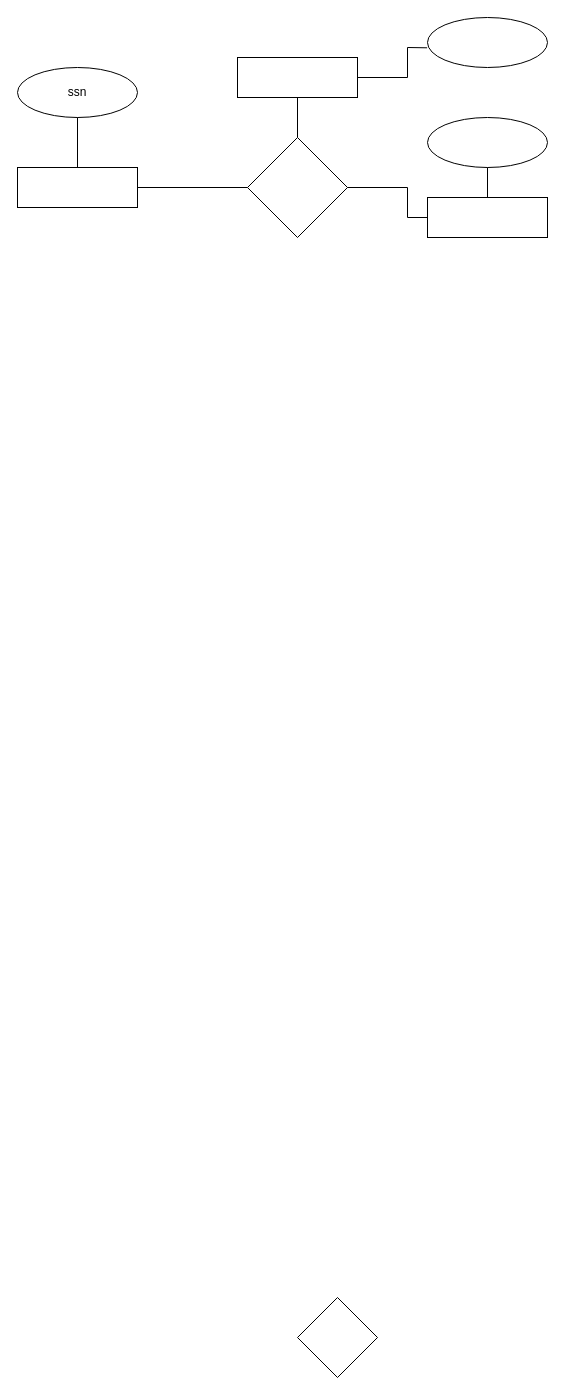
The draw.io diagram Untitled Diagram.drawio in himanshuwiz/config-files, before the edit. Source tidied: cells renumbered, new cells numbered last; positions are measured from the earlier drawing's top-left corner, leaving out a move shared by most shapes. Both pictures are drawn from the tidied source at 100%, with x=0, y=0 at pixel (17, 17).
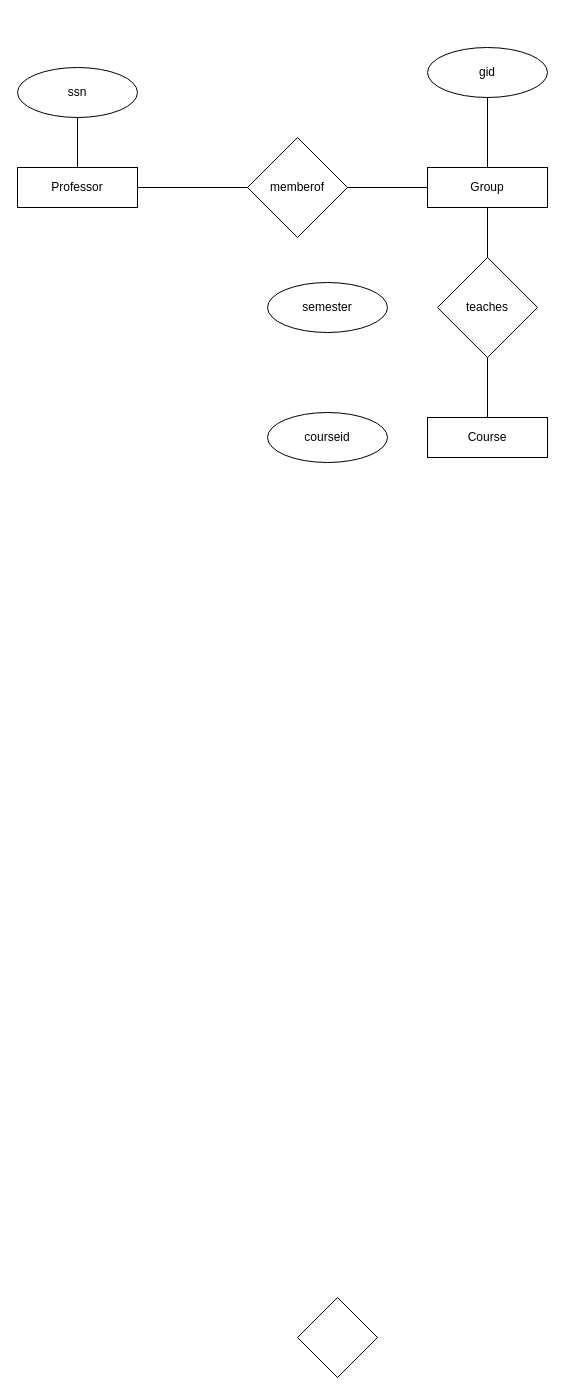
The same diagram, later.

Unchanged cells that the change refers to:
```xml
<mxCell id="5" style="rhombus;whiteSpace=wrap;html=1;" parent="1" vertex="1">
  <mxGeometry x="230" y="120" width="100" height="100" as="geometry" />
</mxCell>
```

What changed in the source:
```diff
@@
-    <mxCell id="6" style="rounded=0;whiteSpace=wrap;html=1;" parent="1" vertex="1">
-      <mxGeometry x="220" y="40" width="120" height="40" as="geometry" />
-    </mxCell>
-    <mxCell id="7" style="ellipse;whiteSpace=wrap;html=1;" parent="1" vertex="1">
-      <mxGeometry x="410" width="120" height="50" as="geometry" />
-    </mxCell>
     <mxCell id="8" style="rounded=0;whiteSpace=wrap;html=1;" parent="1" vertex="1">
-      <mxGeometry x="410" y="180" width="120" height="40" as="geometry" />
+      <mxGeometry x="410" y="150" width="120" height="40" as="geometry" />
     </mxCell>
     <mxCell id="9" style="ellipse;whiteSpace=wrap;html=1;" parent="1" vertex="1">
-      <mxGeometry x="410" y="100" width="120" height="50" as="geometry" />
+      <mxGeometry x="410" y="30" width="120" height="50" as="geometry" />
     </mxCell>
@@
-    <mxCell id="11" style="endArrow=none;html=1;rounded=0;entryX=0.5;entryY=1;entryDx=0;entryDy=0;exitX=0.5;exitY=0;exitDx=0;exitDy=0;" parent="1" edge="1" source="5" target="6">
-      <mxGeometry relative="1" as="geometry" />
-    </mxCell>
+    <mxCell id="16" style="endArrow=none;html=1;rounded=0;entryX=0.5;entryY=0;entryDx=0;entryDy=0;exitX=0.5;exitY=1;exitDx=0;exitDy=0;" parent="1" edge="1" source="9" target="8">
+      <mxGeometry relative="1" as="geometry" />
+    </mxCell>
+    <mxCell id="20" style="rhombus;whiteSpace=wrap;html=1;" parent="1" vertex="1">
+      <mxGeometry x="280" y="1280" width="80" height="80" as="geometry" />
+    </mxCell>
+    <mxCell id="21" value="Professor" style="text;strokeColor=none;align=center;fillColor=none;html=1;verticalAlign=middle;whiteSpace=wrap;rounded=0;" parent="1" vertex="1">
+      <mxGeometry x="30" y="155" width="60" height="30" as="geometry" />
+    </mxCell>
+    <mxCell id="22" value="memberof" style="text;strokeColor=none;align=center;fillColor=none;html=1;verticalAlign=middle;whiteSpace=wrap;rounded=0;" parent="1" vertex="1">
+      <mxGeometry x="250" y="155" width="60" height="30" as="geometry" />
+    </mxCell>
+    <mxCell id="23" value="gid" style="text;strokeColor=none;align=center;fillColor=none;html=1;verticalAlign=middle;whiteSpace=wrap;rounded=0;" parent="1" vertex="1">
+      <mxGeometry x="440" y="40" width="60" height="30" as="geometry" />
+    </mxCell>
+    <mxCell id="24" value="Group" style="text;strokeColor=none;align=center;fillColor=none;html=1;verticalAlign=middle;whiteSpace=wrap;rounded=0;" parent="1" vertex="1">
+      <mxGeometry x="440" y="155" width="60" height="30" as="geometry" />
+    </mxCell>
+    <mxCell id="25" style="endArrow=none;html=1;rounded=0;entryX=0;entryY=0.5;entryDx=0;entryDy=0;exitX=1;exitY=0.5;exitDx=0;exitDy=0;" parent="1" edge="1" source="5" target="8">
+      <mxGeometry relative="1" as="geometry" />
+    </mxCell>
@@
-    <mxCell id="13" style="endArrow=none;html=1;rounded=0;exitX=1;exitY=0.5;exitDx=0;exitDy=0;" parent="1" edge="1" source="6">
-      <mxGeometry relative="1" as="geometry">
-        <mxPoint x="390" y="60" as="targetPoint" />
-      </mxGeometry>
-    </mxCell>
-    <mxCell id="14" style="endArrow=none;html=1;rounded=0;" parent="1" edge="1">
-      <mxGeometry relative="1" as="geometry">
-        <mxPoint x="390" y="30" as="sourcePoint" />
-        <mxPoint x="390" y="60" as="targetPoint" />
-      </mxGeometry>
-    </mxCell>
-    <mxCell id="15" style="endArrow=none;html=1;rounded=0;entryX=-0.003;entryY=0.606;entryDx=0;entryDy=0;entryPerimeter=0;" parent="1" edge="1" target="7">
-      <mxGeometry relative="1" as="geometry">
-        <mxPoint x="390" y="30" as="sourcePoint" />
-      </mxGeometry>
-    </mxCell>
-    <mxCell id="16" style="endArrow=none;html=1;rounded=0;entryX=0.5;entryY=0;entryDx=0;entryDy=0;exitX=0.5;exitY=1;exitDx=0;exitDy=0;" parent="1" edge="1" source="9" target="8">
-      <mxGeometry relative="1" as="geometry" />
-    </mxCell>
-    <mxCell id="17" style="endArrow=none;html=1;rounded=0;exitX=0.5;exitY=0;exitDx=0;exitDy=0;" parent="1" edge="1">
-      <mxGeometry relative="1" as="geometry">
-        <mxPoint x="330" y="170" as="sourcePoint" />
-        <mxPoint x="390" y="170" as="targetPoint" />
-      </mxGeometry>
-    </mxCell>
-    <mxCell id="18" style="endArrow=none;html=1;rounded=0;entryX=0;entryY=0.5;entryDx=0;entryDy=0;" parent="1" edge="1" target="8">
-      <mxGeometry relative="1" as="geometry">
-        <mxPoint x="390" y="200" as="sourcePoint" />
-      </mxGeometry>
-    </mxCell>
-    <mxCell id="19" style="endArrow=none;html=1;rounded=0;" parent="1" edge="1">
-      <mxGeometry relative="1" as="geometry">
-        <mxPoint x="390" y="200" as="sourcePoint" />
-        <mxPoint x="390" y="170" as="targetPoint" />
-      </mxGeometry>
-    </mxCell>
-    <mxCell id="20" style="rhombus;whiteSpace=wrap;html=1;" parent="1" vertex="1">
-      <mxGeometry x="280" y="1280" width="80" height="80" as="geometry" />
-    </mxCell>
+    <mxCell id="26" style="rhombus;whiteSpace=wrap;html=1;" parent="1" vertex="1">
+      <mxGeometry x="420" y="240" width="100" height="100" as="geometry" />
+    </mxCell>
+    <mxCell id="27" style="endArrow=none;html=1;rounded=0;entryX=0.5;entryY=0;entryDx=0;entryDy=0;exitX=0.5;exitY=1;exitDx=0;exitDy=0;" parent="1" edge="1" source="8" target="26">
+      <mxGeometry relative="1" as="geometry" />
+    </mxCell>
+    <mxCell id="28" style="rounded=0;whiteSpace=wrap;html=1;" parent="1" vertex="1">
+      <mxGeometry x="410" y="400" width="120" height="40" as="geometry" />
+    </mxCell>
+    <mxCell id="29" style="endArrow=none;html=1;rounded=0;entryX=0.5;entryY=0;entryDx=0;entryDy=0;exitX=0.5;exitY=1;exitDx=0;exitDy=0;" parent="1" edge="1" source="26" target="28">
+      <mxGeometry relative="1" as="geometry" />
+    </mxCell>
+    <mxCell id="30" value="semester" style="ellipse;whiteSpace=wrap;html=1;" parent="1" vertex="1">
+      <mxGeometry x="250" y="265" width="120" height="50" as="geometry" />
+    </mxCell>
+    <mxCell id="31" value="courseid" style="ellipse;whiteSpace=wrap;html=1;" parent="1" vertex="1">
+      <mxGeometry x="250" y="395" width="120" height="50" as="geometry" />
+    </mxCell>
+    <mxCell id="32" value="teaches" style="text;strokeColor=none;align=center;fillColor=none;html=1;verticalAlign=middle;whiteSpace=wrap;rounded=0;" parent="1" vertex="1">
+      <mxGeometry x="440" y="275" width="60" height="30" as="geometry" />
+    </mxCell>
+    <mxCell id="33" value="Course" style="text;strokeColor=none;align=center;fillColor=none;html=1;verticalAlign=middle;whiteSpace=wrap;rounded=0;" parent="1" vertex="1">
+      <mxGeometry x="440" y="405" width="60" height="30" as="geometry" />
+    </mxCell>
```
